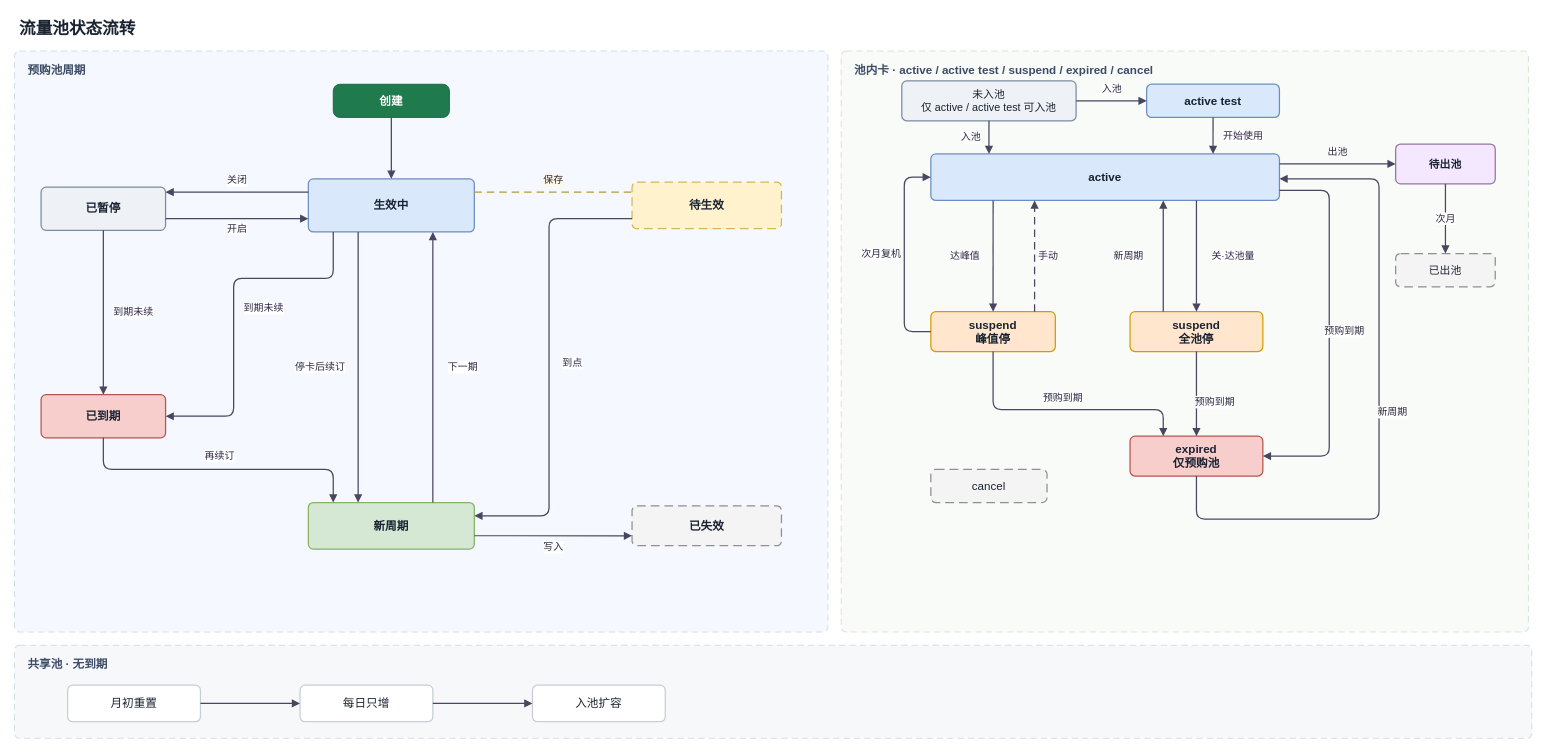
MrLonelyLovely/WanliGo keeps this draw.io diagram as 流量池_状态流转.drawio. Above is the earlier version. Source tidied: cells renumbered, new cells numbered last; positions are measured from the earlier drawing's top-left corner, leaving out a move shared by most shapes. Both pictures are drawn from the tidied source at 83%, with x=0, y=0 at pixel (14, 14).
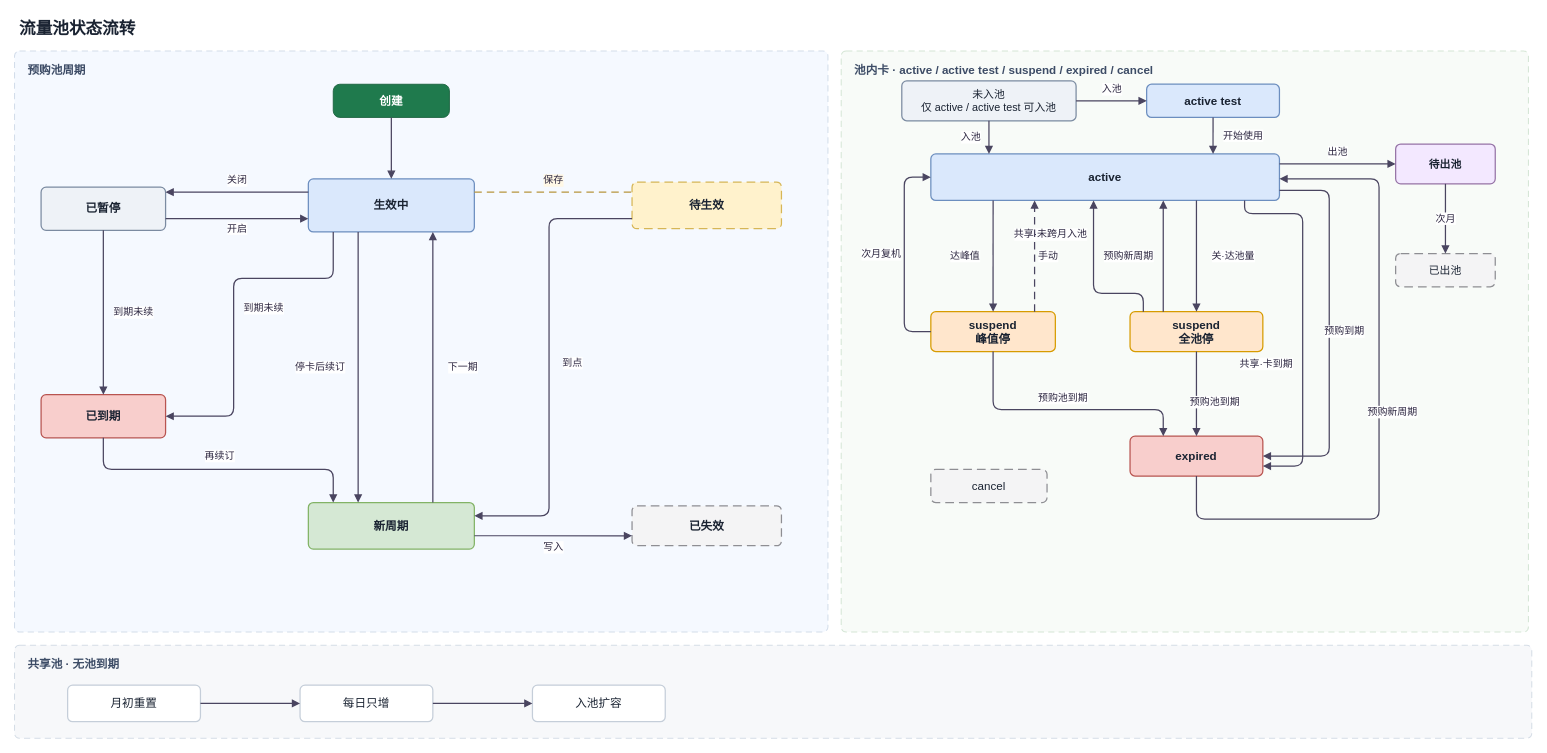
The same page after the edit.

The change refers to these unchanged cells:
```xml
<mxCell id="15" value="active" style="rounded=1;whiteSpace=wrap;html=1;absoluteArcSize=1;arcSize=12;fontFamily=PingFang SC;fontSize=14;fontStyle=1;fontColor=#1A2332;strokeWidth=1.5;align=center;verticalAlign=middle;fillColor=#DAE8FC;strokeColor=#6C8EBF;" parent="1" vertex="1">
  <mxGeometry x="1104" y="168" width="420" height="56" as="geometry" />
</mxCell>
<mxCell id="16" value="suspend&lt;br&gt;峰值停" style="rounded=1;whiteSpace=wrap;html=1;absoluteArcSize=1;arcSize=12;fontFamily=PingFang SC;fontSize=14;fontStyle=1;fontColor=#1A2332;strokeWidth=1.5;align=center;verticalAlign=middle;fillColor=#FFE6CC;strokeColor=#D79B00;" parent="1" vertex="1">
  <mxGeometry x="1104" y="358" width="150" height="48" as="geometry" />
</mxCell>
<mxCell id="17" value="suspend&lt;br&gt;全池停" style="rounded=1;whiteSpace=wrap;html=1;absoluteArcSize=1;arcSize=12;fontFamily=PingFang SC;fontSize=14;fontStyle=1;fontColor=#1A2332;strokeWidth=1.5;align=center;verticalAlign=middle;fillColor=#FFE6CC;strokeColor=#D79B00;" parent="1" vertex="1">
  <mxGeometry x="1344" y="358" width="160" height="48" as="geometry" />
</mxCell>
```

Diff of the diagram source:
```diff
@@
-    <mxCell id="5" value="共享池 · 无到期" style="rounded=1;whiteSpace=wrap;html=1;absoluteArcSize=1;arcSize=12;dashed=1;dashPattern=6 4;strokeWidth=1.25;fontFamily=PingFang SC;fontSize=14;fontStyle=1;fontColor=#3D4C66;align=left;verticalAlign=top;spacingLeft=14;spacingTop=8;fillColor=#F7F8FA;strokeColor=#D5DDE6;" parent="1" vertex="1">
+    <mxCell id="5" value="共享池 · 无池到期" style="rounded=1;whiteSpace=wrap;html=1;absoluteArcSize=1;arcSize=12;dashed=1;dashPattern=6 4;strokeWidth=1.25;fontFamily=PingFang SC;fontSize=14;fontStyle=1;fontColor=#3D4C66;align=left;verticalAlign=top;spacingLeft=14;spacingTop=8;fillColor=#F7F8FA;strokeColor=#D5DDE6;" parent="1" vertex="1">
       <mxGeometry y="760" width="1828" height="112" as="geometry" />
     </mxCell>
@@
-    <mxCell id="18" value="expired&lt;br&gt;仅预购池" style="rounded=1;whiteSpace=wrap;html=1;absoluteArcSize=1;arcSize=12;fontFamily=PingFang SC;fontSize=14;fontStyle=1;fontColor=#1A2332;strokeWidth=1.5;align=center;verticalAlign=middle;fillColor=#F8CECC;strokeColor=#B85450;" parent="1" vertex="1">
+    <mxCell id="18" value="expired" style="rounded=1;whiteSpace=wrap;html=1;absoluteArcSize=1;arcSize=12;fontFamily=PingFang SC;fontSize=14;fontStyle=1;fontColor=#1A2332;strokeWidth=1.5;align=center;verticalAlign=middle;fillColor=#F8CECC;strokeColor=#B85450;" parent="1" vertex="1">
       <mxGeometry x="1344" y="508" width="160" height="48" as="geometry" />
     </mxCell>
@@
+    <mxCell id="52" value="共享·未跨月入池" style="edgeStyle=orthogonalEdgeStyle;rounded=1;jettySize=auto;html=1;endArrow=block;endFill=1;strokeColor=#4A4560;strokeWidth=1.5;fontSize=12;fontColor=#2C2640;fontFamily=PingFang SC;labelBackgroundColor=#FFFFFF;exitX=0.1;exitY=0;entryX=0.4667;entryY=1;" parent="1" edge="1" source="17" target="15">
+      <mxGeometry relative="1" as="geometry">
+        <Array as="points">
+          <mxPoint x="1360" y="336" />
+          <mxPoint x="1300" y="336" />
+          <mxPoint x="1300" y="224" />
+        </Array>
+        <mxPoint x="-52" y="-56" as="offset" />
+      </mxGeometry>
+    </mxCell>
+    <mxCell id="53" value="共享·卡到期" style="edgeStyle=orthogonalEdgeStyle;rounded=1;jettySize=auto;html=1;endArrow=block;endFill=1;strokeColor=#4A4560;strokeWidth=1.5;fontSize=12;fontColor=#2C2640;fontFamily=PingFang SC;labelBackgroundColor=#FFFFFF;exitX=0.9;exitY=1;entryX=1;entryY=0.75;" parent="1" edge="1" source="15" target="18">
+      <mxGeometry relative="1" as="geometry">
+        <Array as="points">
+          <mxPoint x="1482" y="240" />
+          <mxPoint x="1552" y="240" />
+          <mxPoint x="1552" y="544" />
+        </Array>
+        <mxPoint x="-44" y="48" as="offset" />
+      </mxGeometry>
+    </mxCell>
@@
-    <mxCell id="43" value="新周期" style="edgeStyle=orthogonalEdgeStyle;rounded=1;jettySize=auto;html=1;endArrow=block;endFill=1;strokeColor=#4A4560;strokeWidth=1.5;fontSize=12;fontColor=#2C2640;fontFamily=PingFang SC;labelBackgroundColor=#FFFFFF;exitX=0.25;exitY=0;entryX=0.6667;entryY=1;" parent="1" edge="1" source="17" target="15">
+    <mxCell id="43" value="预购新周期" style="edgeStyle=orthogonalEdgeStyle;rounded=1;jettySize=auto;html=1;endArrow=block;endFill=1;strokeColor=#4A4560;strokeWidth=1.5;fontSize=12;fontColor=#2C2640;fontFamily=PingFang SC;labelBackgroundColor=#FFFFFF;exitX=0.25;exitY=0;entryX=0.6667;entryY=1;" parent="1" edge="1" source="17" target="15">
       <mxGeometry relative="1" as="geometry">
         <mxPoint x="-42" as="offset" />
       </mxGeometry>
     </mxCell>
-    <mxCell id="44" value="预购到期" style="edgeStyle=orthogonalEdgeStyle;rounded=1;jettySize=auto;html=1;endArrow=block;endFill=1;strokeColor=#4A4560;strokeWidth=1.5;fontSize=12;fontColor=#2C2640;fontFamily=PingFang SC;labelBackgroundColor=#FFFFFF;exitX=0.5;exitY=1;entryX=0.25;entryY=0;" parent="1" edge="1" source="16" target="18">
+    <mxCell id="44" value="预购池到期" style="edgeStyle=orthogonalEdgeStyle;rounded=1;jettySize=auto;html=1;endArrow=block;endFill=1;strokeColor=#4A4560;strokeWidth=1.5;fontSize=12;fontColor=#2C2640;fontFamily=PingFang SC;labelBackgroundColor=#FFFFFF;exitX=0.5;exitY=1;entryX=0.25;entryY=0;" parent="1" edge="1" source="16" target="18">
       <mxGeometry relative="1" as="geometry">
         <Array as="points">
           <mxPoint x="1179" y="476" />
           <mxPoint x="1384" y="476" />
         </Array>
         <mxPoint y="-14" as="offset" />
       </mxGeometry>
     </mxCell>
-    <mxCell id="45" value="预购到期" style="edgeStyle=orthogonalEdgeStyle;rounded=1;jettySize=auto;html=1;endArrow=block;endFill=1;strokeColor=#4A4560;strokeWidth=1.5;fontSize=12;fontColor=#2C2640;fontFamily=PingFang SC;labelBackgroundColor=#FFFFFF;exitX=0.5;exitY=1;entryX=0.5;entryY=0;" parent="1" edge="1" source="17" target="18">
+    <mxCell id="45" value="预购池到期" style="edgeStyle=orthogonalEdgeStyle;rounded=1;jettySize=auto;html=1;endArrow=block;endFill=1;strokeColor=#4A4560;strokeWidth=1.5;fontSize=12;fontColor=#2C2640;fontFamily=PingFang SC;labelBackgroundColor=#FFFFFF;exitX=0.5;exitY=1;entryX=0.5;entryY=0;" parent="1" edge="1" source="17" target="18">
       <mxGeometry relative="1" as="geometry">
         <mxPoint x="22" y="10" as="offset" />
       </mxGeometry>
     </mxCell>
@@
-    <mxCell id="47" value="新周期" style="edgeStyle=orthogonalEdgeStyle;rounded=1;jettySize=auto;html=1;endArrow=block;endFill=1;strokeColor=#4A4560;strokeWidth=1.5;fontSize=12;fontColor=#2C2640;fontFamily=PingFang SC;labelBackgroundColor=#FFFFFF;exitX=0.5;exitY=1;entryX=1;entryY=0.5357;" parent="1" edge="1" source="18" target="15">
+    <mxCell id="47" value="预购新周期" style="edgeStyle=orthogonalEdgeStyle;rounded=1;jettySize=auto;html=1;endArrow=block;endFill=1;strokeColor=#4A4560;strokeWidth=1.5;fontSize=12;fontColor=#2C2640;fontFamily=PingFang SC;labelBackgroundColor=#FFFFFF;exitX=0.5;exitY=1;entryX=1;entryY=0.5357;" parent="1" edge="1" source="18" target="15">
       <mxGeometry relative="1" as="geometry">
         <Array as="points">
           <mxPoint x="1424" y="608" />
           <mxPoint x="1644" y="608" />
           <mxPoint x="1644" y="198" />
         </Array>
         <mxPoint x="16" as="offset" />
       </mxGeometry>
     </mxCell>
```
